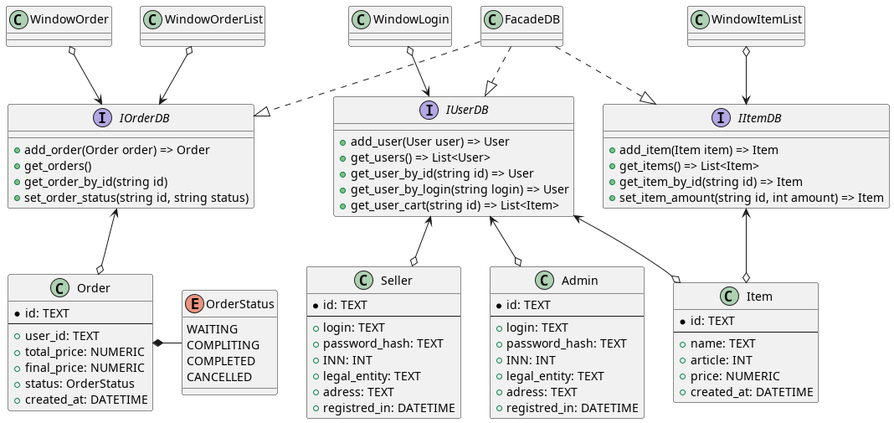
Earlier version of the PlantUML export uml-диаграммы/out/Диаграмма классов/Диаграмма_классов_better/Диаграмма классов.png (BombasticFantastik/PIS_Course_work). Its diagram source:
```plantuml
@startuml Диаграмма классов

class FacadeDB

interface IUserDB {
  + add_user(User user) => User
  + get_users() => List<User>
  + get_user_by_id(string id) => User
  + get_user_by_login(string login) => User
  + get_user_cart(string id) => List<Item>
}

interface IItemDB {
  + add_item(Item item) => Item
  + get_items() => List<Item>
  + get_item_by_id(string id) => Item
  + set_item_amount(string id, int amount) => Item
}

interface IOrderDB {
  + add_order(Order order) => Order
  + get_orders()
  + get_order_by_id(string id)
  + set_order_status(string id, string status)
}

FacadeDB ..|> IUserDB
FacadeDB ..|> IItemDB
FacadeDB ..|> IOrderDB

IUserDB <--o Admin
IUserDB <--o Seller
IUserDB <--o Item
IItemDB <--o Item
IOrderDB <--o Order

class Admin {
  * id: TEXT
  --
  + login: TEXT
  + password_hash: TEXT
  + INN: INT
  + legal_entity: TEXT
  + adress: TEXT
  + registred_in: DATETIME
}


class Seller {
  * id: TEXT
  --
  + login: TEXT
  + password_hash: TEXT
  + INN: INT
  + legal_entity: TEXT
  + adress: TEXT
  + registred_in: DATETIME
}




class Item {
  * id: TEXT
  --
  + name: TEXT
  + article: INT
  + price: NUMERIC
  + created_at: DATETIME
}

class Order {
  * id: TEXT
  --
  + user_id: TEXT
  + total_price: NUMERIC
  + final_price: NUMERIC
  + status: OrderStatus
  + created_at: DATETIME
}

enum OrderStatus {
  WAITING
  COMPLITING
  COMPLETED
  CANCELLED
}

Order *- OrderStatus


WindowLogin o--> IUserDB

WindowItemList o--> IItemDB
WindowOrderList o--> IOrderDB
WindowOrder o--> IOrderDB

@enduml
```
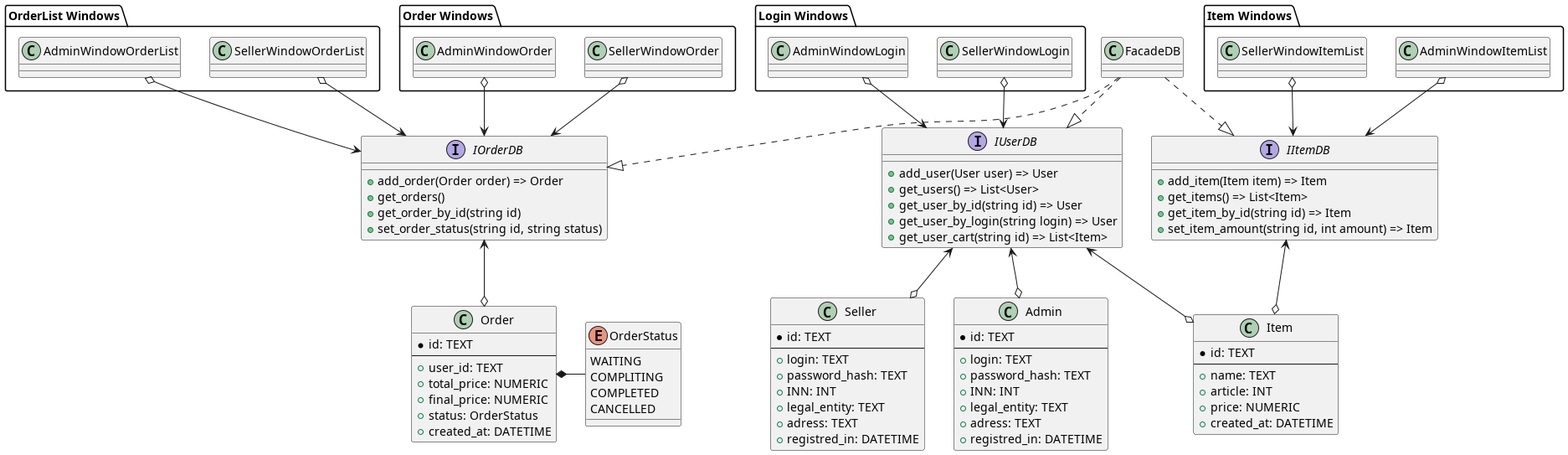
Later version of the same file.

What changed in the source:
```diff
@@ -89,10 +89,27 @@
 Order *- OrderStatus
 
 
-WindowLogin o--> IUserDB
+package "Item Windows" {
+SellerWindowItemList o--> IItemDB
+AdminWindowItemList o--> IItemDB
+}
+package "Order Windows" {
+AdminWindowOrder o--> IOrderDB
+SellerWindowOrder o--> IOrderDB
+}
 
-WindowItemList o--> IItemDB
-WindowOrderList o--> IOrderDB
-WindowOrder o--> IOrderDB
+package "Login Windows" {
+AdminWindowLogin o--> IUserDB
+SellerWindowLogin o--> IUserDB
+}
+
+
+
+package "OrderList Windows" {
+AdminWindowOrderList o--> IOrderDB
+SellerWindowOrderList o--> IOrderDB
+}
+
+
 
 @enduml
```
